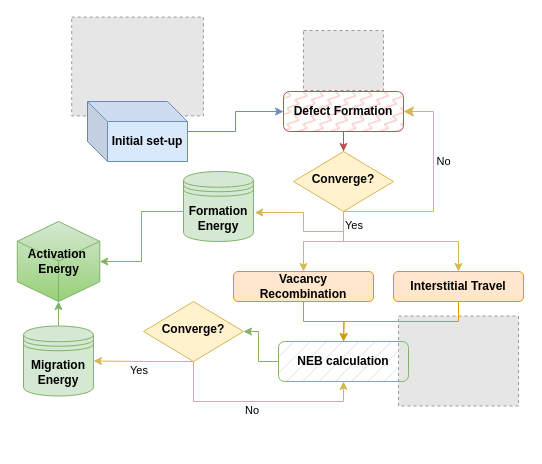
The draw.io diagram Untitled Diagram.drawio in yicao-elina/drawio, before the edit. Source tidied: cells renumbered, new cells numbered last; positions are measured from the earlier drawing's top-left corner, leaving out a move shared by most shapes. Both pictures are drawn from the tidied source at 100%, with x=0, y=0 at pixel (17, 17). Pictures stored in the file or linked from it are replaced by grey dashed boxes.
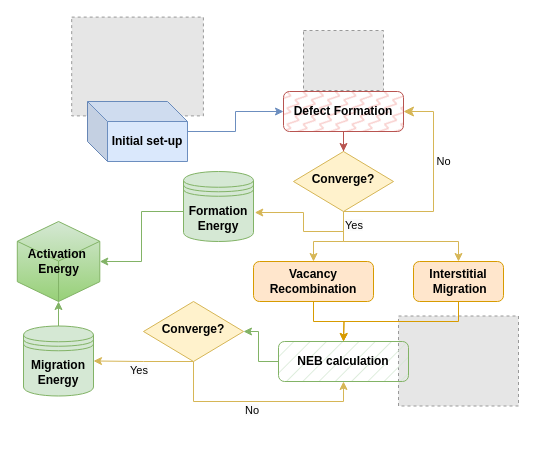
The same page after the edit.

Unchanged cells that the change refers to:
```xml
<mxCell id="11" value="&lt;b&gt;Converge?&lt;/b&gt;" style="rhombus;whiteSpace=wrap;html=1;shadow=0;fontFamily=Helvetica;fontSize=12;align=center;strokeWidth=1;spacing=6;spacingTop=-4;fillColor=#fff2cc;strokeColor=#d6b656;" parent="1" vertex="1">
  <mxGeometry x="276" y="134" width="100" height="60" as="geometry" />
</mxCell>
```

Diff of the diagram source:
```diff
@@
     <mxCell id="9" style="edgeStyle=orthogonalEdgeStyle;rounded=0;jettySize=auto;html=1;entryX=0.5;entryY=0;entryDx=0;entryDy=0;fillColor=#fff2cc;strokeColor=#d6b656;" parent="1" edge="1" source="11" target="15">
-      <mxGeometry relative="1" as="geometry" />
+      <mxGeometry relative="1" as="geometry">
+        <Array as="points">
+          <mxPoint x="326" y="224" />
+          <mxPoint x="296" y="224" />
+        </Array>
+      </mxGeometry>
     </mxCell>
@@
-    <mxCell id="13" value="&lt;b&gt;Interstitial Travel&lt;/b&gt;" style="rounded=1;whiteSpace=wrap;html=1;fontSize=12;glass=0;strokeWidth=1;shadow=0;fillColor=#ffe6cc;strokeColor=#d79b00;" parent="1" vertex="1">
-      <mxGeometry x="376" y="254" width="130" height="30" as="geometry" />
+    <mxCell id="13" value="&lt;b&gt;Interstitial&lt;br&gt;&amp;nbsp;Migration&lt;/b&gt;" style="rounded=1;whiteSpace=wrap;html=1;fontSize=12;glass=0;strokeWidth=1;shadow=0;fillColor=#ffe6cc;strokeColor=#d79b00;" parent="1" vertex="1">
+      <mxGeometry x="396" y="244" width="90" height="40" as="geometry" />
     </mxCell>
@@
     <mxCell id="15" value="&lt;b&gt;Vacancy Recombination&lt;/b&gt;" style="rounded=1;whiteSpace=wrap;html=1;fontSize=12;glass=0;strokeWidth=1;shadow=0;fillColor=#ffe6cc;strokeColor=#d79b00;" parent="1" vertex="1">
-      <mxGeometry x="216" y="254" width="140" height="30" as="geometry" />
+      <mxGeometry x="236" y="244" width="120" height="40" as="geometry" />
     </mxCell>
```
